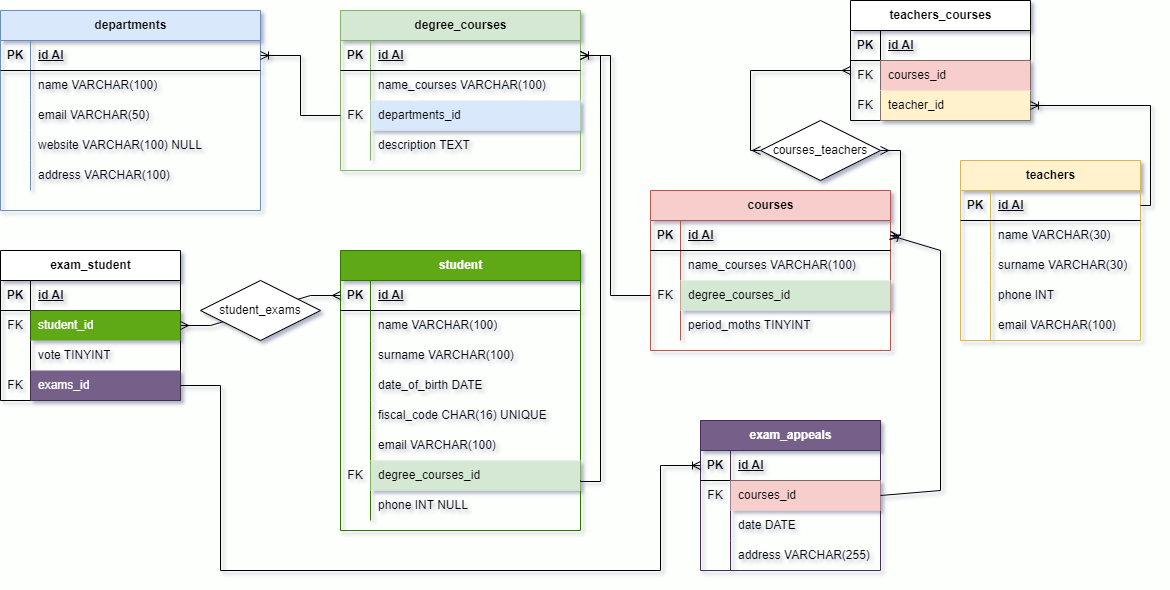
mekkiouertani/db-university keeps this draw.io diagram as db-university.png. Above is the earlier version. Source tidied: cells renumbered, new cells last; positions are measured from the earlier drawing's top-left corner, leaving out a move shared by most shapes.
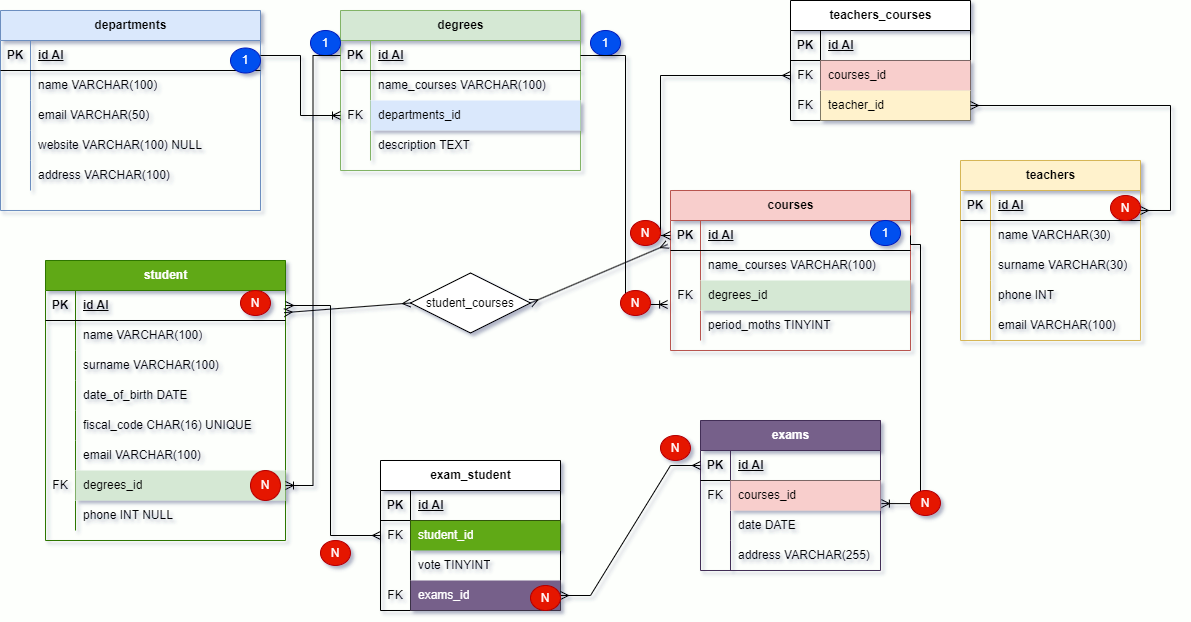
Later version of the same file.

The edit, as a diff of the source:
```diff
@@ -50,7 +50,7 @@
     <mxCell id="17" value="address VARCHAR(100)" style="shape=partialRectangle;fillColor=none;top=0;left=0;bottom=0;right=0;align=left;spacingLeft=6;overflow=hidden;whiteSpace=wrap;html=1;" parent="15" vertex="1">
       <mxGeometry x="30" width="230" height="30" as="geometry" />
     </mxCell>
-    <mxCell id="18" value="degree_courses" style="shape=table;startSize=30;rowLines=0;fontStyle=1;align=center;html=1;fillColor=#d5e8d4;strokeColor=#82b366;" parent="1" vertex="1">
+    <mxCell id="18" value="degrees" style="shape=table;startSize=30;rowLines=0;fontStyle=1;align=center;html=1;fillColor=#d5e8d4;strokeColor=#82b366;" parent="1" vertex="1">
       <mxGeometry x="340" y="10" width="240" height="160" as="geometry" />
     </mxCell>
     <mxCell id="19" style="shape=tableRow;horizontal=0;startSize=0;swimlaneHead=0;swimlaneBody=0;fillColor=none;points=[[0,0.5],[1,0.5]];portConstraint=eastwest;top=0;left=0;right=0;bottom=1;" parent="18" vertex="1">
@@ -89,11 +89,11 @@
     <mxCell id="30" value="description TEXT" style="shape=partialRectangle;fillColor=none;top=0;left=0;bottom=0;right=0;align=left;spacingLeft=6;overflow=hidden;whiteSpace=wrap;html=1;" parent="28" vertex="1">
       <mxGeometry x="30" width="210" height="30" as="geometry" />
     </mxCell>
-    <mxCell id="31" style="edgeStyle=orthogonalEdgeStyle;fontSize=12;html=1;endArrow=ERoneToMany;rounded=0;entryX=1;entryY=0.5;entryDx=0;entryDy=0;exitX=0;exitY=0.5;exitDx=0;exitDy=0;" parent="1" edge="1" source="25" target="3">
+    <mxCell id="31" style="edgeStyle=orthogonalEdgeStyle;fontSize=12;html=1;endArrow=ERoneToMany;rounded=0;exitX=1;exitY=0.5;exitDx=0;exitDy=0;entryX=0;entryY=0.5;entryDx=0;entryDy=0;" parent="1" edge="1" source="3" target="25">
       <mxGeometry relative="1" as="geometry" />
     </mxCell>
     <mxCell id="32" value="courses" style="shape=table;startSize=30;rowLines=0;fontStyle=1;align=center;html=1;fillColor=#f8cecc;strokeColor=#b85450;" parent="1" vertex="1">
-      <mxGeometry x="650" y="190" width="240" height="160" as="geometry" />
+      <mxGeometry x="670" y="190" width="240" height="160" as="geometry" />
     </mxCell>
     <mxCell id="33" style="shape=tableRow;horizontal=0;startSize=0;swimlaneHead=0;swimlaneBody=0;fillColor=none;points=[[0,0.5],[1,0.5]];portConstraint=eastwest;top=0;left=0;right=0;bottom=1;" parent="32" vertex="1">
       <mxGeometry y="30" width="240" height="30" as="geometry" />
@@ -119,7 +119,7 @@
     <mxCell id="40" value="FK" style="shape=partialRectangle;fillColor=none;top=0;left=0;bottom=0;right=0;overflow=hidden;whiteSpace=wrap;html=1;" parent="39" vertex="1">
       <mxGeometry width="30" height="30" as="geometry" />
     </mxCell>
-    <mxCell id="41" value="degree_courses_id&amp;nbsp;" style="shape=partialRectangle;fillColor=#d5e8d4;top=0;left=0;bottom=0;right=0;align=left;spacingLeft=6;overflow=hidden;whiteSpace=wrap;html=1;strokeColor=#82b366;" parent="39" vertex="1">
+    <mxCell id="41" value="degrees_id&amp;nbsp;" style="shape=partialRectangle;fillColor=#d5e8d4;top=0;left=0;bottom=0;right=0;align=left;spacingLeft=6;overflow=hidden;whiteSpace=wrap;html=1;strokeColor=#82b366;" parent="39" vertex="1">
       <mxGeometry x="30" width="210" height="30" as="geometry" />
     </mxCell>
     <mxCell id="42" style="shape=tableRow;horizontal=0;startSize=0;swimlaneHead=0;swimlaneBody=0;fillColor=none;top=0;left=0;right=0;bottom=0;" parent="32" vertex="1">
@@ -180,7 +180,7 @@
       <mxGeometry x="30" width="150" height="30" as="geometry" />
     </mxCell>
     <mxCell id="61" value="teachers_courses" style="shape=table;startSize=30;rowLines=0;fontStyle=1;align=center;html=1;" parent="1" vertex="1">
-      <mxGeometry x="850" width="180" height="120" as="geometry" />
+      <mxGeometry x="790" width="180" height="120" as="geometry" />
     </mxCell>
     <mxCell id="62" style="shape=tableRow;horizontal=0;startSize=0;swimlaneHead=0;swimlaneBody=0;fillColor=none;top=0;left=0;right=0;bottom=1;" parent="61" vertex="1">
       <mxGeometry y="30" width="180" height="30" as="geometry" />
@@ -209,11 +209,8 @@
     <mxCell id="70" value="teacher_id" style="shape=partialRectangle;fillColor=#fff2cc;top=0;left=0;bottom=0;right=0;align=left;spacingLeft=6;overflow=hidden;whiteSpace=wrap;html=1;strokeColor=#d6b656;" parent="68" vertex="1">
       <mxGeometry x="30" width="150" height="30" as="geometry" />
     </mxCell>
-    <mxCell id="71" style="fontSize=12;html=1;endArrow=ERoneToMany;rounded=0;strokeColor=default;verticalAlign=middle;exitX=1;exitY=0.5;exitDx=0;exitDy=0;entryX=1;entryY=0.5;entryDx=0;entryDy=0;edgeStyle=orthogonalEdgeStyle;" parent="1" edge="1" source="46" target="68">
-      <mxGeometry relative="1" as="geometry" />
-    </mxCell>
     <mxCell id="72" value="exam_student" style="shape=table;startSize=30;rowLines=0;fontStyle=1;align=center;html=1;" parent="1" vertex="1">
-      <mxGeometry y="250" width="180" height="150" as="geometry" />
+      <mxGeometry x="380" y="460" width="180" height="150" as="geometry" />
     </mxCell>
     <mxCell id="73" style="shape=tableRow;horizontal=0;startSize=0;swimlaneHead=0;swimlaneBody=0;fillColor=none;top=0;left=0;right=0;bottom=1;" parent="72" vertex="1">
       <mxGeometry y="30" width="180" height="30" as="geometry" />
@@ -252,7 +249,7 @@
       <mxGeometry x="30" width="150" height="30" as="geometry" />
     </mxCell>
     <mxCell id="85" value="student" style="shape=table;startSize=30;rowLines=0;fontStyle=1;align=center;html=1;fillColor=#60a917;fontColor=#ffffff;strokeColor=#2D7600;" parent="1" vertex="1">
-      <mxGeometry x="340" y="250" width="240" height="280" as="geometry" />
+      <mxGeometry x="45" y="260" width="240" height="280" as="geometry" />
     </mxCell>
     <mxCell id="86" style="shape=tableRow;horizontal=0;startSize=0;swimlaneHead=0;swimlaneBody=0;fillColor=none;points=[[0,0.5],[1,0.5]];portConstraint=eastwest;top=0;left=0;right=0;bottom=1;" parent="85" vertex="1">
       <mxGeometry y="30" width="240" height="30" as="geometry" />
@@ -314,7 +311,7 @@
     <mxCell id="105" value="FK" style="shape=partialRectangle;fillColor=none;top=0;left=0;bottom=0;right=0;overflow=hidden;whiteSpace=wrap;html=1;" parent="104" vertex="1">
       <mxGeometry width="30" height="30" as="geometry" />
     </mxCell>
-    <mxCell id="106" value="degree_courses_id" style="shape=partialRectangle;fillColor=#d5e8d4;top=0;left=0;bottom=0;right=0;align=left;spacingLeft=6;overflow=hidden;whiteSpace=wrap;html=1;strokeColor=#82b366;" parent="104" vertex="1">
+    <mxCell id="106" value="degrees_id" style="shape=partialRectangle;fillColor=#d5e8d4;top=0;left=0;bottom=0;right=0;align=left;spacingLeft=6;overflow=hidden;whiteSpace=wrap;html=1;strokeColor=#82b366;" parent="104" vertex="1">
       <mxGeometry x="30" width="210" height="30" as="geometry" />
     </mxCell>
     <mxCell id="107" style="shape=tableRow;horizontal=0;startSize=0;swimlaneHead=0;swimlaneBody=0;fillColor=none;top=0;left=0;right=0;bottom=0;" parent="85" vertex="1">
@@ -326,13 +323,15 @@
     <mxCell id="109" value="phone INT NULL" style="shape=partialRectangle;fillColor=none;top=0;left=0;bottom=0;right=0;align=left;spacingLeft=6;overflow=hidden;whiteSpace=wrap;html=1;" parent="107" vertex="1">
       <mxGeometry x="30" width="210" height="30" as="geometry" />
     </mxCell>
-    <mxCell id="110" style="edgeStyle=entityRelationEdgeStyle;fontSize=12;html=1;endArrow=ERmany;startArrow=ERmany;rounded=0;entryX=0;entryY=0.5;entryDx=0;entryDy=0;" parent="1" edge="1" source="76" target="86">
-      <mxGeometry relative="1" as="geometry" />
+    <mxCell id="110" style="edgeStyle=orthogonalEdgeStyle;fontSize=12;html=1;endArrow=ERmany;startArrow=ERmany;rounded=0;entryX=1;entryY=0.5;entryDx=0;entryDy=0;exitX=0;exitY=0.5;exitDx=0;exitDy=0;" parent="1" edge="1" source="76" target="86">
+      <mxGeometry relative="1" as="geometry">
+        <Array as="points">
+          <mxPoint x="330" y="535" />
+          <mxPoint x="330" y="305" />
+        </Array>
+      </mxGeometry>
     </mxCell>
-    <mxCell id="111" value="student_exams" style="shape=rhombus;perimeter=rhombusPerimeter;whiteSpace=wrap;html=1;align=center;" parent="1" vertex="1">
-      <mxGeometry x="200" y="280" width="120" height="60" as="geometry" />
-    </mxCell>
-    <mxCell id="112" value="exam_appeals" style="shape=table;startSize=30;rowLines=0;fontStyle=1;align=center;html=1;fillColor=#76608a;fontColor=#ffffff;strokeColor=#432D57;" parent="1" vertex="1">
+    <mxCell id="112" value="exams" style="shape=table;startSize=30;rowLines=0;fontStyle=1;align=center;html=1;fillColor=#76608a;fontColor=#ffffff;strokeColor=#432D57;" parent="1" vertex="1">
       <mxGeometry x="700" y="420" width="180" height="150" as="geometry" />
     </mxCell>
     <mxCell id="113" style="shape=tableRow;horizontal=0;startSize=0;swimlaneHead=0;swimlaneBody=0;fillColor=none;points=[[0,0.5],[1,0.5]];portConstraint=eastwest;top=0;left=0;right=0;bottom=1;" parent="112" vertex="1">
@@ -371,61 +370,79 @@
     <mxCell id="124" value="address VARCHAR(255)" style="shape=partialRectangle;fillColor=none;top=0;left=0;bottom=0;right=0;align=left;spacingLeft=6;overflow=hidden;whiteSpace=wrap;html=1;" parent="122" vertex="1">
       <mxGeometry x="30" width="150" height="30" as="geometry" />
     </mxCell>
-    <mxCell id="125" style="fontSize=12;html=1;endArrow=ERoneToMany;rounded=0;entryX=1;entryY=0.5;entryDx=0;entryDy=0;exitX=1;exitY=0.5;exitDx=0;exitDy=0;" parent="1" edge="1" source="112" target="33">
+    <mxCell id="125" style="fontSize=12;html=1;endArrow=ERoneToMany;rounded=0;entryX=1.005;entryY=0.77;entryDx=0;entryDy=0;entryPerimeter=0;exitX=1;exitY=0.5;exitDx=0;exitDy=0;edgeStyle=orthogonalEdgeStyle;" parent="1" edge="1" source="33" target="116">
       <mxGeometry relative="1" as="geometry">
         <Array as="points">
-          <mxPoint x="940" y="490" />
-          <mxPoint x="940" y="250" />
+          <mxPoint x="910" y="244" />
+          <mxPoint x="920" y="244" />
+          <mxPoint x="920" y="503" />
         </Array>
       </mxGeometry>
     </mxCell>
+    <mxCell id="132" style="edgeStyle=orthogonalEdgeStyle;fontSize=12;html=1;endArrow=ERmany;startArrow=ERmany;rounded=0;exitX=0;exitY=0.5;exitDx=0;exitDy=0;entryX=0;entryY=0.5;entryDx=0;entryDy=0;" parent="1" edge="1" source="33" target="65">
+      <mxGeometry relative="1" as="geometry" />
+    </mxCell>
+    <mxCell id="133" value="1" style="ellipse;whiteSpace=wrap;html=1;fillColor=#0050ef;strokeColor=#001DBC;fontColor=#ffffff;" parent="1" vertex="1">
+      <mxGeometry x="310" y="30" width="30" height="25" as="geometry" />
+    </mxCell>
+    <mxCell id="134" value="1" style="ellipse;whiteSpace=wrap;html=1;fillColor=#0050ef;strokeColor=#001DBC;fontColor=#ffffff;" parent="1" vertex="1">
+      <mxGeometry x="590" y="30" width="30" height="25" as="geometry" />
+    </mxCell>
+    <mxCell id="135" value="N" style="ellipse;whiteSpace=wrap;html=1;fillColor=#e51400;strokeColor=#B20000;fontColor=#ffffff;" parent="1" vertex="1">
+      <mxGeometry x="250" y="470" width="30" height="30" as="geometry" />
+    </mxCell>
+    <mxCell id="136" value="N" style="ellipse;whiteSpace=wrap;html=1;fillColor=#e51400;strokeColor=#B20000;fontColor=#ffffff;" parent="1" vertex="1">
+      <mxGeometry x="910" y="490" width="30" height="25" as="geometry" />
+    </mxCell>
+    <mxCell id="137" value="N" style="ellipse;whiteSpace=wrap;html=1;fillColor=#e51400;strokeColor=#B20000;fontColor=#ffffff;" parent="1" vertex="1">
+      <mxGeometry x="240" y="290" width="30" height="25" as="geometry" />
+    </mxCell>
+    <mxCell id="138" style="edgeStyle=entityRelationEdgeStyle;fontSize=12;html=1;endArrow=ERmany;startArrow=ERmany;rounded=0;entryX=1;entryY=0.5;entryDx=0;entryDy=0;" parent="1" edge="1" target="68">
+      <mxGeometry relative="1" as="geometry">
+        <mxPoint x="1140" y="210" as="sourcePoint" />
+      </mxGeometry>
+    </mxCell>
+    <mxCell id="139" value="N" style="ellipse;whiteSpace=wrap;html=1;fillColor=#e51400;strokeColor=#B20000;fontColor=#ffffff;" parent="1" vertex="1">
+      <mxGeometry x="1110" y="195" width="30" height="25" as="geometry" />
+    </mxCell>
+    <mxCell id="140" value="1" style="ellipse;whiteSpace=wrap;html=1;fillColor=#0050ef;strokeColor=#001DBC;fontColor=#ffffff;" parent="1" vertex="1">
+      <mxGeometry x="870" y="220" width="30" height="25" as="geometry" />
+    </mxCell>
-    <mxCell id="126" style="fontSize=12;html=1;endArrow=ERoneToMany;rounded=0;exitX=1;exitY=0.5;exitDx=0;exitDy=0;entryX=0;entryY=0.5;entryDx=0;entryDy=0;" parent="1" edge="1" source="82" target="113">
-      <mxGeometry relative="1" as="geometry">
-        <Array as="points">
-          <mxPoint x="220" y="385" />
-          <mxPoint x="220" y="570" />
-          <mxPoint x="660" y="570" />
-          <mxPoint x="660" y="465" />
-        </Array>
-      </mxGeometry>
+    <mxCell id="126" style="edgeStyle=entityRelationEdgeStyle;fontSize=12;html=1;endArrow=ERmany;startArrow=ERmany;rounded=0;exitX=1;exitY=0.5;exitDx=0;exitDy=0;entryX=0;entryY=0.5;entryDx=0;entryDy=0;" parent="1" edge="1" source="82" target="113">
+      <mxGeometry relative="1" as="geometry" />
     </mxCell>
-    <mxCell id="127" style="edgeStyle=orthogonalEdgeStyle;fontSize=12;html=1;endArrow=ERmany;startArrow=ERmany;rounded=0;exitX=0;exitY=0.5;exitDx=0;exitDy=0;" parent="1" edge="1" source="129">
-      <mxGeometry relative="1" as="geometry">
-        <mxPoint x="850" y="70" as="targetPoint" />
-        <Array as="points">
-          <mxPoint x="750" y="150" />
-          <mxPoint x="750" y="70" />
-        </Array>
-      </mxGeometry>
-    </mxCell>
-    <mxCell id="128" style="edgeStyle=orthogonalEdgeStyle;fontSize=12;html=1;endArrow=ERmany;startArrow=ERmany;rounded=0;exitX=1;exitY=0.5;exitDx=0;exitDy=0;entryX=1;entryY=0.5;entryDx=0;entryDy=0;" parent="1" edge="1" source="33" target="129">
-      <mxGeometry relative="1" as="geometry">
-        <Array as="points">
-          <mxPoint x="900" y="235" />
-          <mxPoint x="900" y="150" />
-        </Array>
-      </mxGeometry>
-    </mxCell>
-    <mxCell id="129" value="courses_teachers" style="shape=rhombus;perimeter=rhombusPerimeter;whiteSpace=wrap;html=1;align=center;" parent="1" vertex="1">
-      <mxGeometry x="760" y="120" width="120" height="60" as="geometry" />
-    </mxCell>
+    <mxCell id="141" style="fontSize=12;html=1;endArrow=ERmany;startArrow=ERmany;rounded=0;exitX=1;exitY=0.5;exitDx=0;exitDy=0;entryX=-0.012;entryY=0.8;entryDx=0;entryDy=0;entryPerimeter=0;" parent="1" edge="1" source="143" target="33">
+      <mxGeometry relative="1" as="geometry" />
+    </mxCell>
+    <mxCell id="142" style="fontSize=12;html=1;endArrow=ERmany;startArrow=ERmany;rounded=0;entryX=0;entryY=0.5;entryDx=0;entryDy=0;exitX=0.994;exitY=0.739;exitDx=0;exitDy=0;exitPerimeter=0;" parent="1" edge="1" source="86" target="143">
+      <mxGeometry relative="1" as="geometry" />
+    </mxCell>
+    <mxCell id="143" value="student_courses" style="shape=rhombus;perimeter=rhombusPerimeter;whiteSpace=wrap;html=1;align=center;" parent="1" vertex="1">
+      <mxGeometry x="410" y="272.5" width="120" height="60" as="geometry" />
+    </mxCell>
-    <mxCell id="130" style="edgeStyle=orthogonalEdgeStyle;fontSize=12;html=1;endArrow=ERoneToMany;rounded=0;entryX=1;entryY=0.5;entryDx=0;entryDy=0;" parent="1" edge="1" target="19">
-      <mxGeometry relative="1" as="geometry">
-        <mxPoint x="580" y="480" as="sourcePoint" />
-        <Array as="points">
-          <mxPoint x="580" y="481" />
-          <mxPoint x="600" y="481" />
-          <mxPoint x="600" y="55" />
-        </Array>
-      </mxGeometry>
+    <mxCell id="130" style="fontSize=12;html=1;endArrow=ERoneToMany;rounded=0;exitX=0;exitY=0.5;exitDx=0;exitDy=0;entryX=1;entryY=0.5;entryDx=0;entryDy=0;edgeStyle=orthogonalEdgeStyle;" parent="1" edge="1" source="19" target="104">
+      <mxGeometry relative="1" as="geometry" />
     </mxCell>
-    <mxCell id="131" style="edgeStyle=orthogonalEdgeStyle;fontSize=12;html=1;endArrow=ERoneToMany;rounded=0;exitX=0;exitY=0.5;exitDx=0;exitDy=0;entryX=1;entryY=0.5;entryDx=0;entryDy=0;" parent="1" edge="1" source="39" target="19">
-      <mxGeometry relative="1" as="geometry">
-        <Array as="points">
-          <mxPoint x="610" y="295" />
-          <mxPoint x="610" y="55" />
-        </Array>
-      </mxGeometry>
+    <mxCell id="131" style="edgeStyle=orthogonalEdgeStyle;fontSize=12;html=1;endArrow=ERoneToMany;rounded=0;exitX=1;exitY=0.5;exitDx=0;exitDy=0;entryX=-0.012;entryY=0.8;entryDx=0;entryDy=0;entryPerimeter=0;" parent="1" edge="1" source="19" target="39">
+      <mxGeometry relative="1" as="geometry" />
     </mxCell>
+    <mxCell id="144" value="N" style="ellipse;whiteSpace=wrap;html=1;fillColor=#e51400;strokeColor=#B20000;fontColor=#ffffff;" parent="1" vertex="1">
+      <mxGeometry x="620" y="290" width="30" height="25" as="geometry" />
+    </mxCell>
+    <mxCell id="145" value="1" style="ellipse;whiteSpace=wrap;html=1;fillColor=#0050ef;strokeColor=#001DBC;fontColor=#ffffff;" parent="1" vertex="1">
+      <mxGeometry x="230" y="47.5" width="30" height="25" as="geometry" />
+    </mxCell>
+    <mxCell id="146" value="N" style="ellipse;whiteSpace=wrap;html=1;fillColor=#e51400;strokeColor=#B20000;fontColor=#ffffff;" parent="1" vertex="1">
+      <mxGeometry x="530" y="585" width="30" height="25" as="geometry" />
+    </mxCell>
+    <mxCell id="147" value="N" style="ellipse;whiteSpace=wrap;html=1;fillColor=#e51400;strokeColor=#B20000;fontColor=#ffffff;" parent="1" vertex="1">
+      <mxGeometry x="660" y="435" width="30" height="25" as="geometry" />
+    </mxCell>
+    <mxCell id="148" value="N" style="ellipse;whiteSpace=wrap;html=1;fillColor=#e51400;strokeColor=#B20000;fontColor=#ffffff;" parent="1" vertex="1">
+      <mxGeometry x="630" y="220" width="30" height="25" as="geometry" />
+    </mxCell>
+    <mxCell id="149" value="N" style="ellipse;whiteSpace=wrap;html=1;fillColor=#e51400;strokeColor=#B20000;fontColor=#ffffff;" parent="1" vertex="1">
+      <mxGeometry x="320" y="540" width="30" height="25" as="geometry" />
+    </mxCell>
   </root>
 </mxGraphModel>
```
